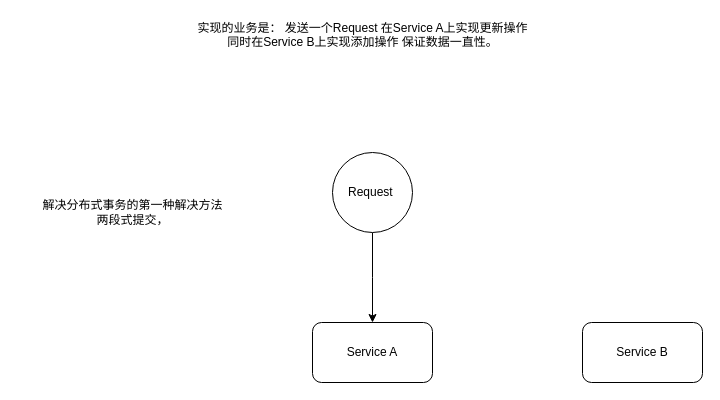
Above: 分布式事务.drawio in LiuRuiXiang/dro (draw.io), before the change. Source tidied: cells renumbered, new cells numbered last; positions are measured from the earlier drawing's top-left corner, leaving out a move shared by most shapes. Both pictures are drawn from the tidied source at 100%, with x=0, y=0 at pixel (32, 17).
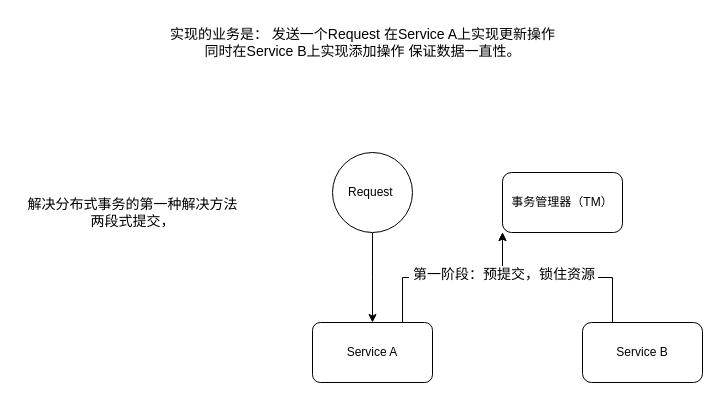
The same diagram, later.

Commit message:
更新分布式事务.drawio

Diff of the diagram source:
```diff
@@
 <mxGraphModel>
   <root>
     <mxCell id="0" />
     <mxCell id="1" parent="0" />
     <mxCell id="2" style="edgeStyle=orthogonalEdgeStyle;rounded=0;jettySize=auto;html=1;" parent="1" edge="1" source="3">
       <mxGeometry relative="1" as="geometry">
         <mxPoint x="340" y="305" as="targetPoint" />
       </mxGeometry>
     </mxCell>
     <mxCell id="3" value="Request&amp;nbsp;" style="ellipse;whiteSpace=wrap;html=1;" parent="1" vertex="1">
       <mxGeometry x="300" y="135" width="80" height="80" as="geometry" />
     </mxCell>
+    <mxCell id="8" style="edgeStyle=orthogonalEdgeStyle;rounded=0;jettySize=auto;html=1;exitX=0.25;exitY=0;exitDx=0;exitDy=0;entryX=0;entryY=1;entryDx=0;entryDy=0;" parent="1" edge="1" source="4" target="11">
+      <mxGeometry relative="1" as="geometry" />
+    </mxCell>
     <mxCell id="4" value="Service B" style="rounded=1;whiteSpace=wrap;html=1;" parent="1" vertex="1">
       <mxGeometry x="550" y="305" width="120" height="60" as="geometry" />
     </mxCell>
+    <mxCell id="9" style="edgeStyle=orthogonalEdgeStyle;rounded=0;jettySize=auto;html=1;exitX=0.75;exitY=0;exitDx=0;exitDy=0;entryX=0;entryY=1;entryDx=0;entryDy=0;" parent="1" edge="1" source="5" target="11">
+      <mxGeometry relative="1" as="geometry" />
+    </mxCell>
+    <mxCell id="10" value="&lt;font style=&quot;font-size: 14px&quot;&gt;&amp;nbsp;第一阶段：预提交，锁住资源&lt;/font&gt;&amp;nbsp;" style="edgeLabel;html=1;align=center;verticalAlign=middle;" parent="9" vertex="1">
+      <mxGeometry x="0.46" y="4" relative="1" as="geometry">
+        <mxPoint x="6" as="offset" />
+      </mxGeometry>
+    </mxCell>
-    <mxCell id="5" value="Service A" style="rounded=1;whiteSpace=wrap;html=1;" parent="1" vertex="1">
+    <mxCell id="5" value="Service A" style="rounded=1;whiteSpace=wrap;html=1;arcSize=13;" parent="1" vertex="1">
       <mxGeometry x="280" y="305" width="120" height="60" as="geometry" />
     </mxCell>
-    <mxCell id="6" value="实现的业务是： 发送一个Request 在Service A上实现更新操作&lt;br&gt;同时在Service B上实现添加操作 保证数据一直性。&lt;br&gt;&lt;br&gt;" style="text;html=1;align=center;verticalAlign=middle;strokeColor=none;fillColor=none;" parent="1" vertex="1">
-      <mxGeometry x="155" width="350" height="50" as="geometry" />
+    <mxCell id="6" value="&lt;font style=&quot;font-size: 14px&quot;&gt;实现的业务是： 发送一个Request 在Service A上实现更新操作&lt;br&gt;同时在Service B上实现添加操作 保证数据一直性。&lt;br&gt;&lt;/font&gt;" style="text;html=1;align=center;verticalAlign=middle;strokeColor=none;fillColor=none;" parent="1" vertex="1">
+      <mxGeometry x="130" y="5" width="400" height="40" as="geometry" />
     </mxCell>
-    <mxCell id="7" value="解决分布式事务的第一种解决方法&lt;br&gt;两段式提交，" style="text;html=1;align=center;verticalAlign=middle;strokeColor=none;fillColor=none;" parent="1" vertex="1">
-      <mxGeometry y="180" width="200" height="30" as="geometry" />
+    <mxCell id="7" value="&lt;font style=&quot;font-size: 14px&quot;&gt;解决分布式事务的第一种解决方法&lt;br&gt;两段式提交，&lt;/font&gt;" style="text;html=1;align=center;verticalAlign=middle;strokeColor=none;fillColor=none;" parent="1" vertex="1">
+      <mxGeometry x="-15" y="175" width="230" height="40" as="geometry" />
     </mxCell>
+    <mxCell id="11" value="事务管理器（TM）" style="whiteSpace=wrap;html=1;rounded=1;" parent="1" vertex="1">
+      <mxGeometry x="470" y="155" width="120" height="60" as="geometry" />
+    </mxCell>
   </root>
 </mxGraphModel>
```
